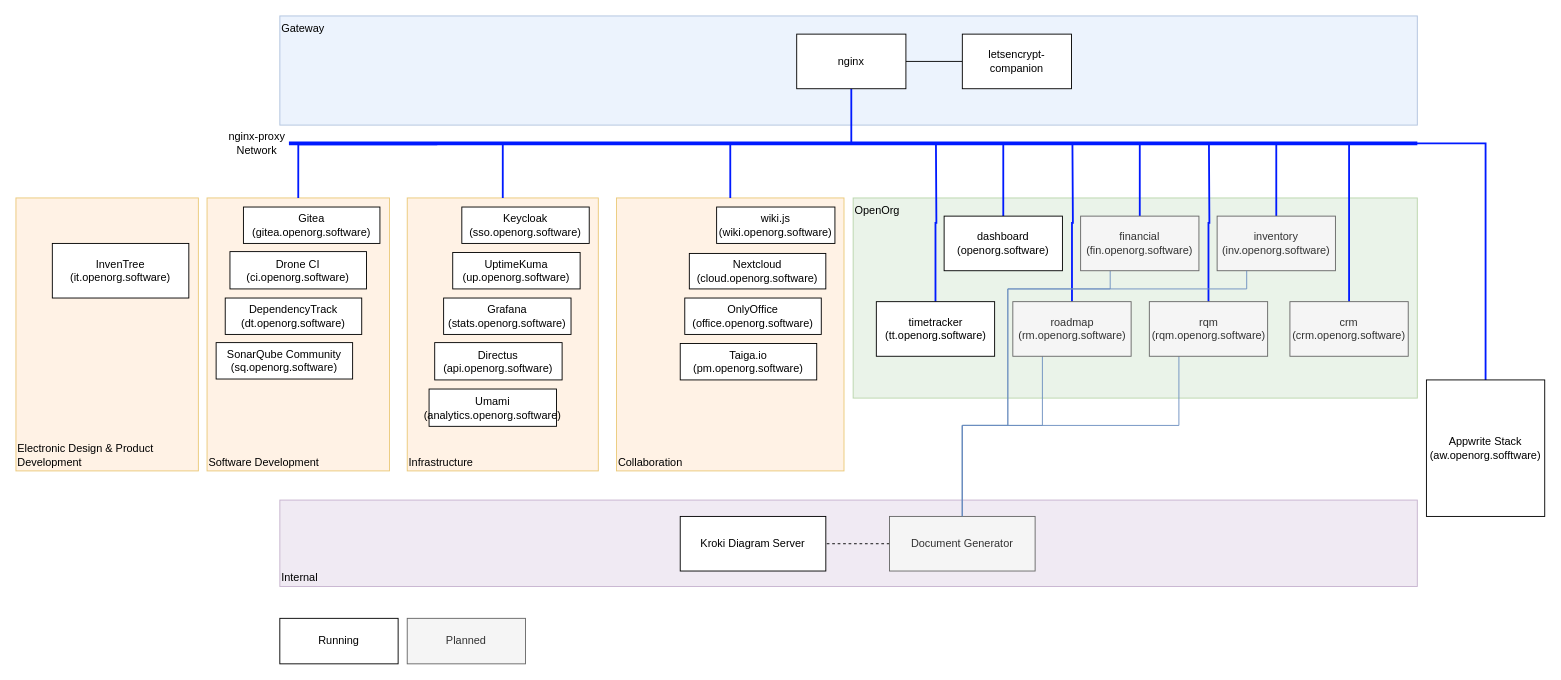
The draw.io diagram .drawings/overview.drawio in openorg-software/openorg-docker-compose, before the edit. Source tidied: cells renumbered, new cells numbered last; positions are measured from the earlier drawing's top-left corner, leaving out a move shared by most shapes. Both pictures are drawn from the tidied source at 91%, with x=0, y=0 at pixel (15, 15).
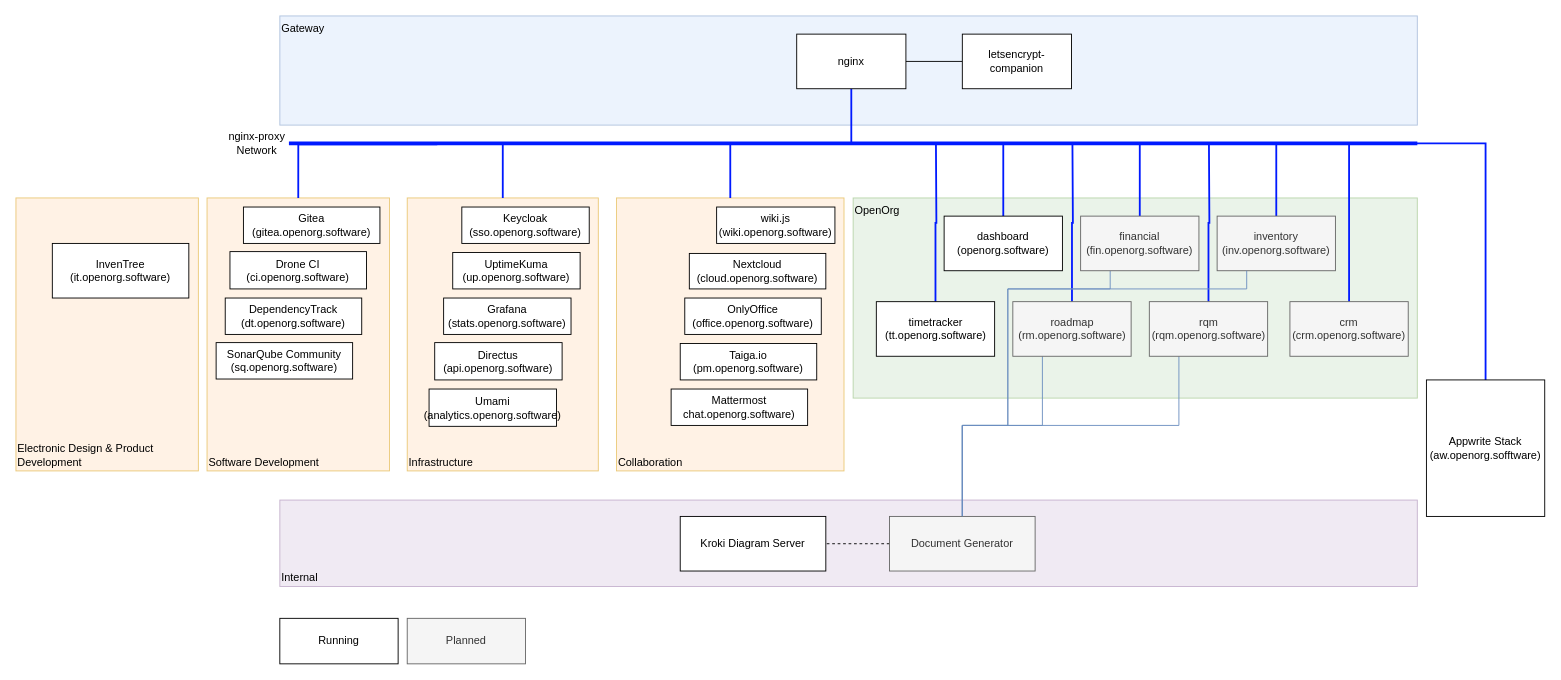
After the change.

Change to the diagram source:
```diff
@@
+    <mxCell id="57" value="Mattermost&lt;br&gt;chat.openorg.software)" style="rounded=0;whiteSpace=wrap;html=1;" parent="1" vertex="1">
+      <mxGeometry x="720" y="410" width="150" height="40" as="geometry" />
+    </mxCell>
```
